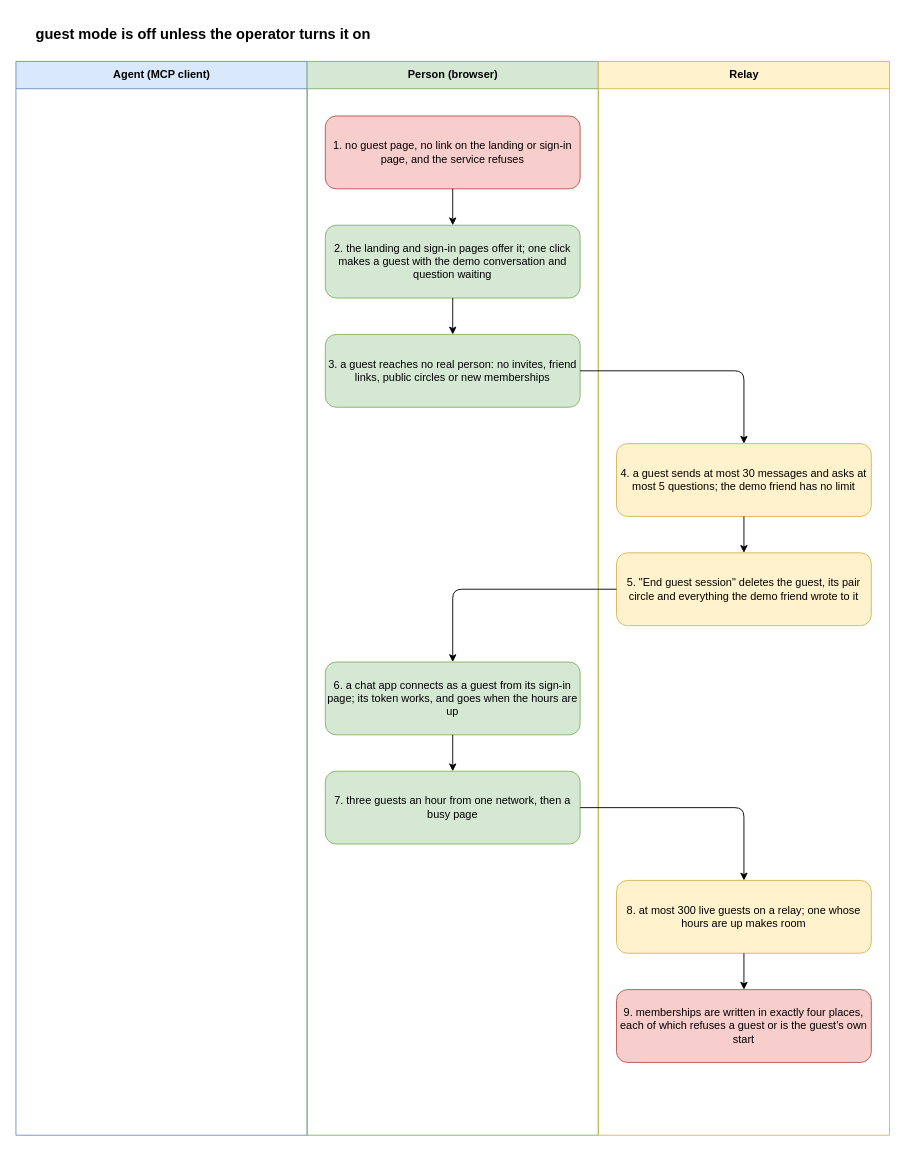
Above: docs/flows/guest.drawio in gizemsoylutr/klatsch (draw.io), before the change. Source tidied: cells renumbered, new cells numbered last; positions are measured from the earlier drawing's top-left corner, leaving out a move shared by most shapes. Both pictures are drawn from the tidied source at 91%, with x=0, y=0 at pixel (15, 15).
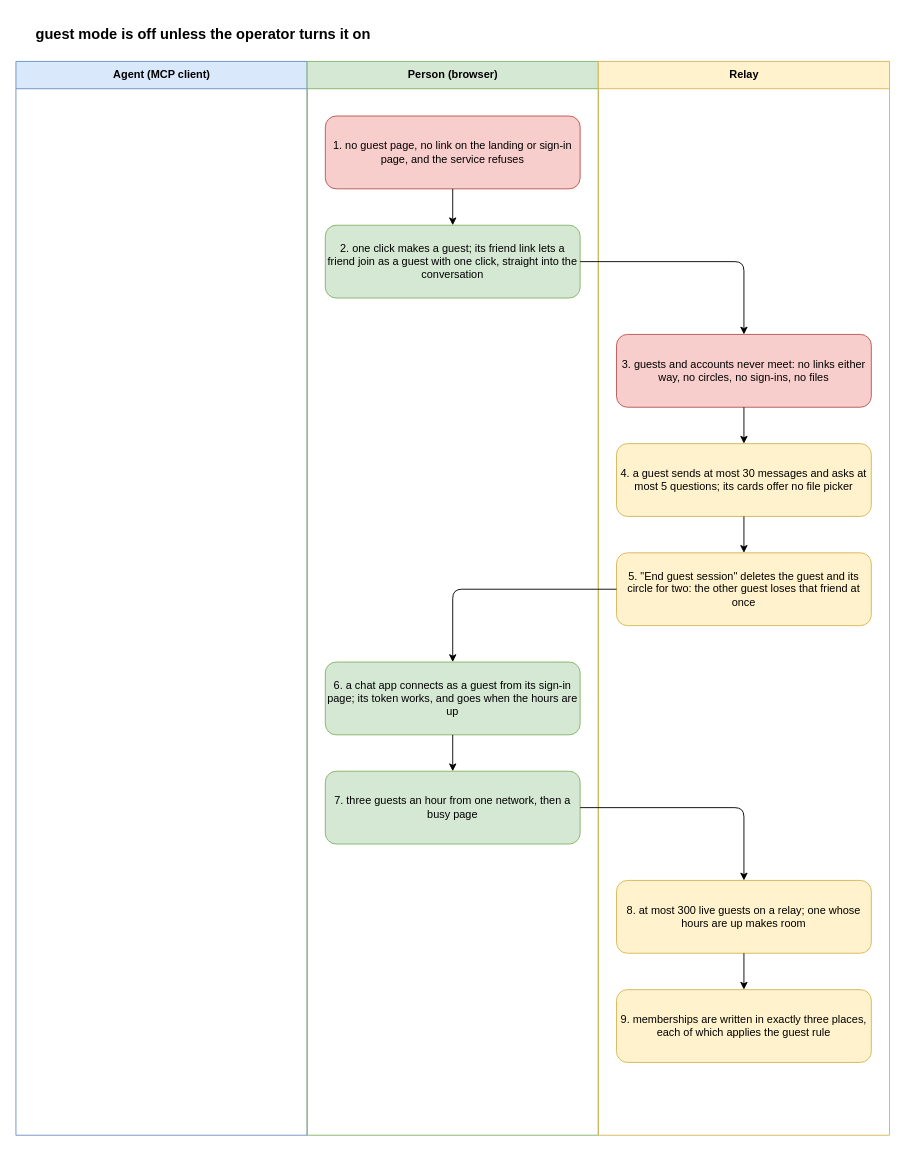
The same page after the edit.

Commit message (it also covers changes not shown here):
Guests invite guests instead of the demo friend

Change to the diagram source:
```diff
@@
-    <mxCell id="7" value="2. the landing and sign-in pages offer it; one click makes a guest with the demo conversation and question waiting" style="rounded=1;whiteSpace=wrap;html=1;fillColor=#d5e8d4;strokeColor=#82b366;fontSize=12;" parent="1" vertex="1">
+    <mxCell id="7" value="2. one click makes a guest; its friend link lets a friend join as a guest with one click, straight into the conversation" style="rounded=1;whiteSpace=wrap;html=1;fillColor=#d5e8d4;strokeColor=#82b366;fontSize=12;" parent="1" vertex="1">
       <mxGeometry x="340" y="230" width="280" height="80" as="geometry" />
     </mxCell>
@@
-    <mxCell id="9" value="3. a guest reaches no real person: no invites, friend links, public circles or new memberships" style="rounded=1;whiteSpace=wrap;html=1;fillColor=#d5e8d4;strokeColor=#82b366;fontSize=12;" parent="1" vertex="1">
-      <mxGeometry x="340" y="350" width="280" height="80" as="geometry" />
+    <mxCell id="9" value="3. guests and accounts never meet: no links either way, no circles, no sign-ins, no files" style="rounded=1;whiteSpace=wrap;html=1;fillColor=#f8cecc;strokeColor=#b85450;fontSize=12;" parent="1" vertex="1">
+      <mxGeometry x="660" y="350" width="280" height="80" as="geometry" />
     </mxCell>
@@
-    <mxCell id="11" value="4. a guest sends at most 30 messages and asks at most 5 questions; the demo friend has no limit" style="rounded=1;whiteSpace=wrap;html=1;fillColor=#fff2cc;strokeColor=#d6b656;fontSize=12;" parent="1" vertex="1">
+    <mxCell id="11" value="4. a guest sends at most 30 messages and asks at most 5 questions; its cards offer no file picker" style="rounded=1;whiteSpace=wrap;html=1;fillColor=#fff2cc;strokeColor=#d6b656;fontSize=12;" parent="1" vertex="1">
       <mxGeometry x="660" y="470" width="280" height="80" as="geometry" />
     </mxCell>
@@
-    <mxCell id="13" value="5. &quot;End guest session&quot; deletes the guest, its pair circle and everything the demo friend wrote to it" style="rounded=1;whiteSpace=wrap;html=1;fillColor=#fff2cc;strokeColor=#d6b656;fontSize=12;" parent="1" vertex="1">
+    <mxCell id="13" value="5. &quot;End guest session&quot; deletes the guest and its circle for two: the other guest loses that friend at once" style="rounded=1;whiteSpace=wrap;html=1;fillColor=#fff2cc;strokeColor=#d6b656;fontSize=12;" parent="1" vertex="1">
       <mxGeometry x="660" y="590" width="280" height="80" as="geometry" />
     </mxCell>
@@
-    <mxCell id="21" value="9. memberships are written in exactly four places, each of which refuses a guest or is the guest’s own start" style="rounded=1;whiteSpace=wrap;html=1;fillColor=#f8cecc;strokeColor=#b85450;fontSize=12;" parent="1" vertex="1">
+    <mxCell id="21" value="9. memberships are written in exactly three places, each of which applies the guest rule" style="rounded=1;whiteSpace=wrap;html=1;fillColor=#fff2cc;strokeColor=#d6b656;fontSize=12;" parent="1" vertex="1">
       <mxGeometry x="660" y="1070" width="280" height="80" as="geometry" />
     </mxCell>
```
